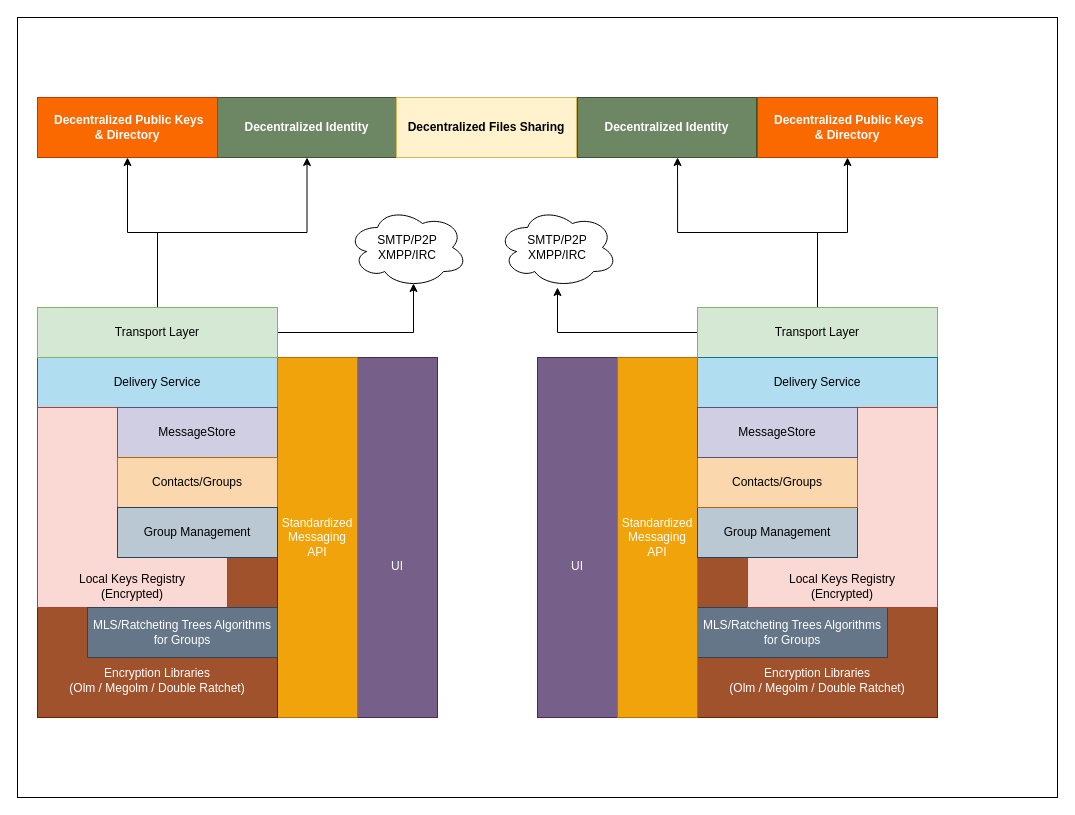
Above: page "layers" (4 of 4) of Messaging end-to-end.drawio in bhatti/Aeron (draw.io), before the change. Source tidied: cells renumbered, new cells numbered last; positions are measured from the earlier drawing's top-left corner, leaving out a move shared by most shapes. Both pictures are drawn from the tidied source at 100%, with x=0, y=0 at pixel (17, 17).
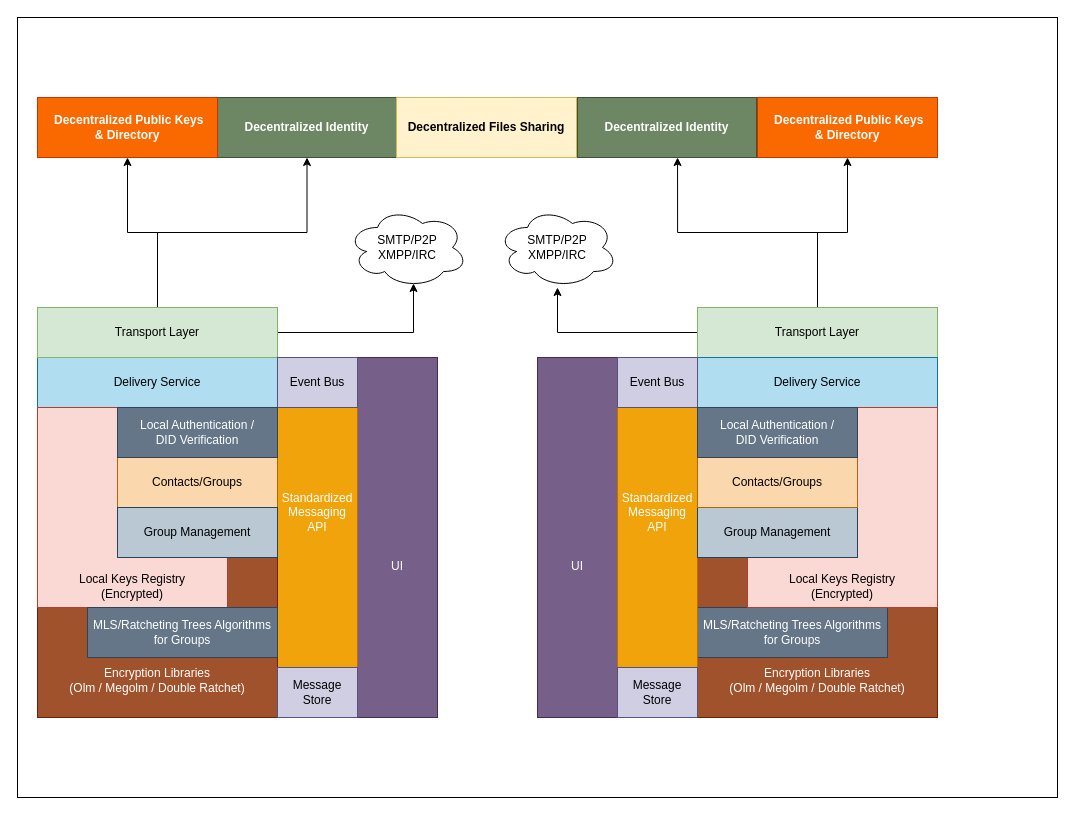
Above is the later version.

Diff of the diagram source:
```diff
@@
     <mxCell id="17" value="Standardized Messaging&lt;br&gt; API" style="rounded=0;whiteSpace=wrap;html=1;fillColor=#f0a30a;strokeColor=#BD7000;fontColor=#ffffff;" parent="1" vertex="1">
-      <mxGeometry x="260" y="340" width="80" height="360" as="geometry" />
+      <mxGeometry x="260" y="340" width="80" height="310" as="geometry" />
     </mxCell>
@@
     <mxCell id="27" value="Standardized Messaging&lt;br&gt; API" style="rounded=0;whiteSpace=wrap;html=1;fillColor=#f0a30a;strokeColor=#BD7000;fontColor=#ffffff;" parent="1" vertex="1">
-      <mxGeometry x="600" y="340" width="80" height="360" as="geometry" />
+      <mxGeometry x="600" y="340" width="80" height="310" as="geometry" />
     </mxCell>
@@
-    <mxCell id="31" value="MessageStore" style="rounded=0;whiteSpace=wrap;html=1;fillColor=#d0cee2;strokeColor=#56517e;" parent="1" vertex="1">
-      <mxGeometry x="680" y="390" width="160" height="50" as="geometry" />
-    </mxCell>
@@
-    <mxCell id="34" value="MessageStore" style="rounded=0;whiteSpace=wrap;html=1;fillColor=#d0cee2;strokeColor=#56517e;" parent="1" vertex="1">
-      <mxGeometry x="100" y="390" width="160" height="50" as="geometry" />
+    <mxCell id="34" value="Message&lt;br&gt;Store" style="rounded=0;whiteSpace=wrap;html=1;fillColor=#d0cee2;strokeColor=#56517e;" parent="1" vertex="1">
+      <mxGeometry x="260" y="650" width="80" height="50" as="geometry" />
     </mxCell>
@@
+    <mxCell id="38" value="Message&lt;br&gt;Store" style="rounded=0;whiteSpace=wrap;html=1;fillColor=#d0cee2;strokeColor=#56517e;" parent="1" vertex="1">
+      <mxGeometry x="600" y="650" width="80" height="50" as="geometry" />
+    </mxCell>
+    <mxCell id="39" value="Event Bus" style="rounded=0;whiteSpace=wrap;html=1;fillColor=#d0cee2;strokeColor=#56517e;" parent="1" vertex="1">
+      <mxGeometry x="260" y="340" width="80" height="50" as="geometry" />
+    </mxCell>
+    <mxCell id="40" value="Event Bus" style="rounded=0;whiteSpace=wrap;html=1;fillColor=#d0cee2;strokeColor=#56517e;" parent="1" vertex="1">
+      <mxGeometry x="600" y="340" width="80" height="50" as="geometry" />
+    </mxCell>
+    <mxCell id="41" value="Local Authentication / &lt;br&gt;DID Verification" style="rounded=0;whiteSpace=wrap;html=1;fillColor=#647687;strokeColor=#314354;fontColor=#ffffff;" parent="1" vertex="1">
+      <mxGeometry x="100" y="390" width="160" height="50" as="geometry" />
+    </mxCell>
+    <mxCell id="42" value="Local Authentication /&lt;br&gt;DID Verification" style="rounded=0;whiteSpace=wrap;html=1;fillColor=#647687;strokeColor=#314354;fontColor=#ffffff;" parent="1" vertex="1">
+      <mxGeometry x="680" y="390" width="160" height="50" as="geometry" />
+    </mxCell>
```
